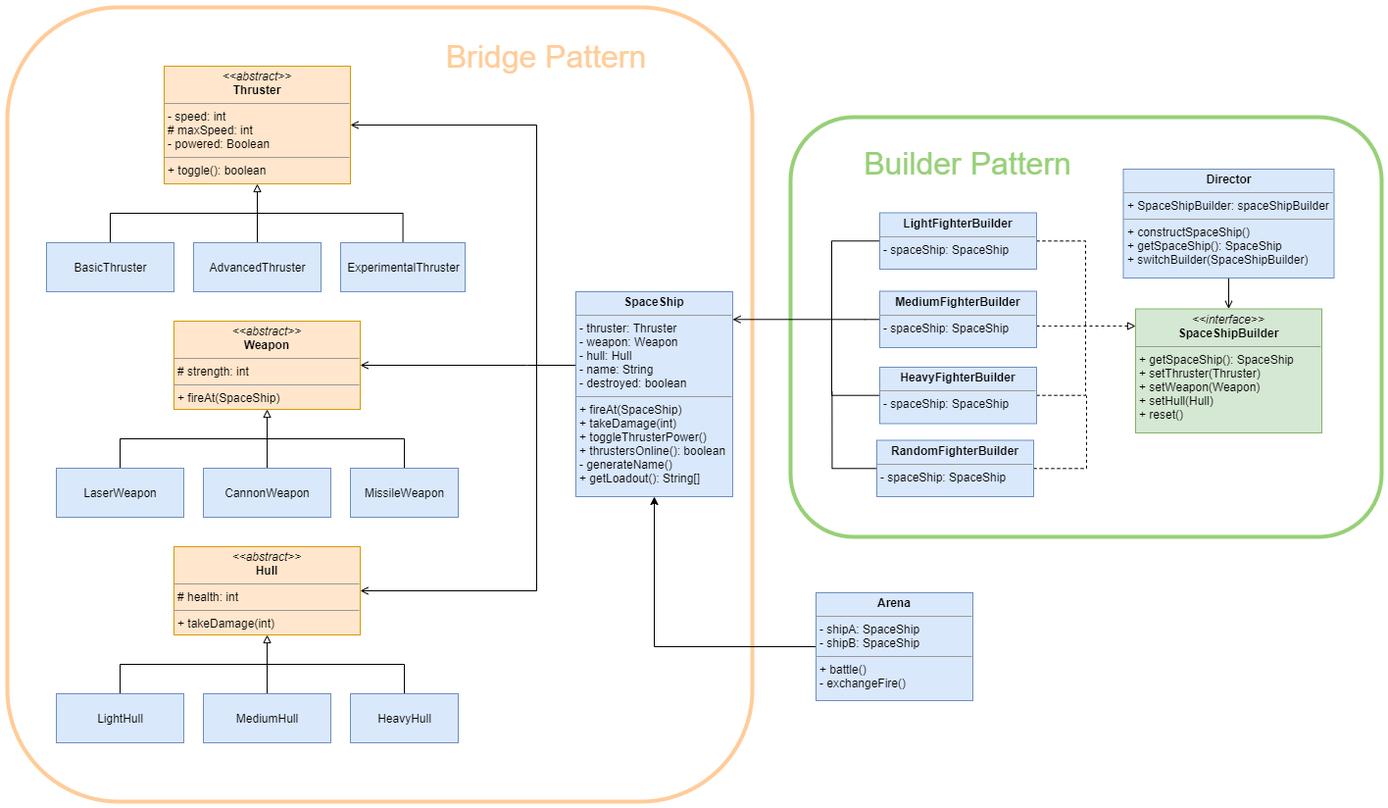
Before: final_project.png, a diagram exported from draw.io (tliss/CS665-Final-Project). Source tidied: cells renumbered, new cells last; positions are measured from the earlier drawing's top-left corner, leaving out a move shared by most shapes.
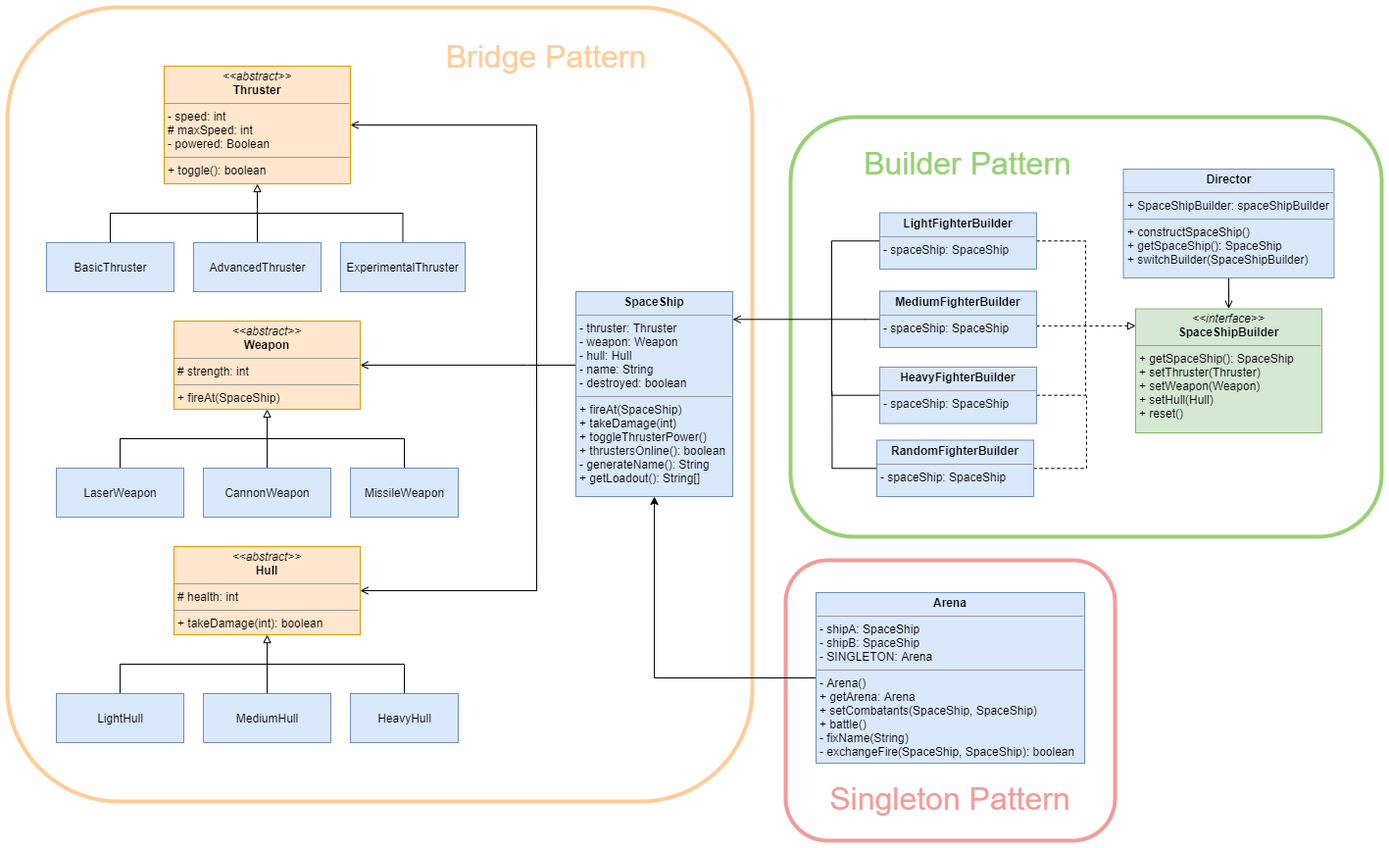
Later version of the same file.

Diff of the diagram source:
```diff
@@ -2,6 +2,9 @@
   <root>
     <mxCell id="0" />
     <mxCell id="1" parent="0" />
+    <mxCell id="48" style="rounded=1;whiteSpace=wrap;html=1;fillColor=none;strokeWidth=4;strokeColor=#F19C99;" parent="1" vertex="1">
+      <mxGeometry x="794" y="564" width="336" height="286" as="geometry" />
+    </mxCell>
     <mxCell id="2" style="rounded=1;whiteSpace=wrap;html=1;fillColor=none;strokeWidth=4;strokeColor=#97D077;" parent="1" vertex="1">
       <mxGeometry x="799" y="112" width="603" height="428" as="geometry" />
     </mxCell>
@@ -88,7 +91,7 @@
         <mxPoint x="540" y="360" as="targetPoint" />
       </mxGeometry>
     </mxCell>
-    <mxCell id="21" value="&lt;p style=&quot;margin: 0px ; margin-top: 4px ; text-align: center&quot;&gt;&lt;i&gt;&amp;lt;&amp;lt;abstract&amp;gt;&amp;gt;&lt;/i&gt;&lt;br&gt;&lt;b&gt;Hull&lt;/b&gt;&lt;/p&gt;&lt;hr size=&quot;1&quot;&gt;&lt;p style=&quot;margin: 0px ; margin-left: 4px&quot;&gt;# health: int&lt;/p&gt;&lt;hr size=&quot;1&quot;&gt;&lt;p style=&quot;margin: 0px ; margin-left: 4px&quot;&gt;+ takeDamage(int)&lt;br&gt;&lt;/p&gt;" style="verticalAlign=top;align=left;overflow=fill;fontSize=12;fontFamily=Helvetica;html=1;fillColor=#ffe6cc;strokeColor=#d79b00;" parent="1" vertex="1">
+    <mxCell id="21" value="&lt;p style=&quot;margin: 0px ; margin-top: 4px ; text-align: center&quot;&gt;&lt;i&gt;&amp;lt;&amp;lt;abstract&amp;gt;&amp;gt;&lt;/i&gt;&lt;br&gt;&lt;b&gt;Hull&lt;/b&gt;&lt;/p&gt;&lt;hr size=&quot;1&quot;&gt;&lt;p style=&quot;margin: 0px ; margin-left: 4px&quot;&gt;# health: int&lt;/p&gt;&lt;hr size=&quot;1&quot;&gt;&lt;p style=&quot;margin: 0px ; margin-left: 4px&quot;&gt;+ takeDamage(int): boolean&lt;br&gt;&lt;/p&gt;" style="verticalAlign=top;align=left;overflow=fill;fontSize=12;fontFamily=Helvetica;html=1;fillColor=#ffe6cc;strokeColor=#d79b00;" parent="1" vertex="1">
       <mxGeometry x="170" y="550" width="190" height="90" as="geometry" />
     </mxCell>
     <mxCell id="22" style="edgeStyle=orthogonalEdgeStyle;rounded=0;jettySize=auto;html=1;endArrow=block;endFill=0;" parent="1" edge="1" source="23" target="21">
@@ -119,7 +122,7 @@
     <mxCell id="27" value="HeavyHull" style="html=1;fillColor=#dae8fc;strokeColor=#6c8ebf;" parent="1" vertex="1">
       <mxGeometry x="350" y="700" width="110" height="50" as="geometry" />
     </mxCell>
-    <mxCell id="28" value="&lt;p style=&quot;margin: 0px ; margin-top: 4px ; text-align: center&quot;&gt;&lt;b&gt;SpaceShip&lt;/b&gt;&lt;/p&gt;&lt;hr size=&quot;1&quot;&gt;&lt;p style=&quot;margin: 0px ; margin-left: 4px&quot;&gt;- thruster: Thruster&lt;/p&gt;&lt;p style=&quot;margin: 0px ; margin-left: 4px&quot;&gt;- weapon: Weapon&lt;/p&gt;&lt;p style=&quot;margin: 0px ; margin-left: 4px&quot;&gt;- hull: Hull&lt;/p&gt;&lt;p style=&quot;margin: 0px ; margin-left: 4px&quot;&gt;- name: String&lt;/p&gt;&lt;p style=&quot;margin: 0px ; margin-left: 4px&quot;&gt;- destroyed: boolean&lt;/p&gt;&lt;hr size=&quot;1&quot;&gt;&lt;p style=&quot;margin: 0px ; margin-left: 4px&quot;&gt;+ fireAt(SpaceShip)&lt;/p&gt;&lt;p style=&quot;margin: 0px ; margin-left: 4px&quot;&gt;+ takeDamage(int)&lt;/p&gt;&lt;p style=&quot;margin: 0px ; margin-left: 4px&quot;&gt;+ toggleThrusterPower()&lt;/p&gt;&lt;p style=&quot;margin: 0px ; margin-left: 4px&quot;&gt;+ thrustersOnline(): boolean&lt;/p&gt;&lt;p style=&quot;margin: 0px ; margin-left: 4px&quot;&gt;- generateName()&lt;/p&gt;&lt;p style=&quot;margin: 0px ; margin-left: 4px&quot;&gt;+ getLoadout(): String[]&lt;/p&gt;&lt;p style=&quot;margin: 0px ; margin-left: 4px&quot;&gt;&lt;br&gt;&lt;/p&gt;" style="verticalAlign=top;align=left;overflow=fill;fontSize=12;fontFamily=Helvetica;html=1;fillColor=#dae8fc;strokeColor=#6c8ebf;" parent="1" vertex="1">
+    <mxCell id="28" value="&lt;p style=&quot;margin: 0px ; margin-top: 4px ; text-align: center&quot;&gt;&lt;b&gt;SpaceShip&lt;/b&gt;&lt;/p&gt;&lt;hr size=&quot;1&quot;&gt;&lt;p style=&quot;margin: 0px ; margin-left: 4px&quot;&gt;- thruster: Thruster&lt;/p&gt;&lt;p style=&quot;margin: 0px ; margin-left: 4px&quot;&gt;- weapon: Weapon&lt;/p&gt;&lt;p style=&quot;margin: 0px ; margin-left: 4px&quot;&gt;- hull: Hull&lt;/p&gt;&lt;p style=&quot;margin: 0px ; margin-left: 4px&quot;&gt;- name: String&lt;/p&gt;&lt;p style=&quot;margin: 0px ; margin-left: 4px&quot;&gt;- destroyed: boolean&lt;/p&gt;&lt;hr size=&quot;1&quot;&gt;&lt;p style=&quot;margin: 0px ; margin-left: 4px&quot;&gt;+ fireAt(SpaceShip)&lt;/p&gt;&lt;p style=&quot;margin: 0px ; margin-left: 4px&quot;&gt;+ takeDamage(int)&lt;/p&gt;&lt;p style=&quot;margin: 0px ; margin-left: 4px&quot;&gt;+ toggleThrusterPower()&lt;/p&gt;&lt;p style=&quot;margin: 0px ; margin-left: 4px&quot;&gt;+ thrustersOnline(): boolean&lt;/p&gt;&lt;p style=&quot;margin: 0px ; margin-left: 4px&quot;&gt;- generateName(): String&lt;/p&gt;&lt;p style=&quot;margin: 0px ; margin-left: 4px&quot;&gt;+ getLoadout(): String[]&lt;/p&gt;&lt;p style=&quot;margin: 0px ; margin-left: 4px&quot;&gt;&lt;br&gt;&lt;/p&gt;" style="verticalAlign=top;align=left;overflow=fill;fontSize=12;fontFamily=Helvetica;html=1;fillColor=#dae8fc;strokeColor=#6c8ebf;" parent="1" vertex="1">
       <mxGeometry x="580" y="290" width="160" height="209" as="geometry" />
     </mxCell>
     <mxCell id="29" style="edgeStyle=orthogonalEdgeStyle;rounded=0;jettySize=auto;html=1;endArrow=block;endFill=0;dashed=1;" parent="1" edge="1" source="37" target="34">
@@ -204,8 +207,11 @@
     <mxCell id="46" style="edgeStyle=orthogonalEdgeStyle;rounded=0;jettySize=auto;html=1;" parent="1" edge="1" source="47" target="28">
       <mxGeometry relative="1" as="geometry" />
     </mxCell>
-    <mxCell id="47" value="&lt;p style=&quot;margin: 0px ; margin-top: 4px ; text-align: center&quot;&gt;&lt;b&gt;Arena&lt;/b&gt;&lt;/p&gt;&lt;hr size=&quot;1&quot;&gt;&lt;p style=&quot;margin: 0px ; margin-left: 4px&quot;&gt;- shipA: SpaceShip&lt;/p&gt;&lt;p style=&quot;margin: 0px ; margin-left: 4px&quot;&gt;- shipB: SpaceShip&lt;/p&gt;&lt;hr size=&quot;1&quot;&gt;&lt;p style=&quot;margin: 0px ; margin-left: 4px&quot;&gt;+ battle()&lt;/p&gt;&lt;p style=&quot;margin: 0px ; margin-left: 4px&quot;&gt;- exchangeFire()&lt;/p&gt;" style="verticalAlign=top;align=left;overflow=fill;fontSize=12;fontFamily=Helvetica;html=1;fillColor=#dae8fc;strokeColor=#6c8ebf;" parent="1" vertex="1">
-      <mxGeometry x="825" y="597" width="160" height="110" as="geometry" />
+    <mxCell id="47" value="&lt;p style=&quot;margin: 0px ; margin-top: 4px ; text-align: center&quot;&gt;&lt;b&gt;Arena&lt;/b&gt;&lt;/p&gt;&lt;hr size=&quot;1&quot;&gt;&lt;p style=&quot;margin: 0px ; margin-left: 4px&quot;&gt;- shipA: SpaceShip&lt;/p&gt;&lt;p style=&quot;margin: 0px ; margin-left: 4px&quot;&gt;- shipB: SpaceShip&lt;/p&gt;&lt;p style=&quot;margin: 0px ; margin-left: 4px&quot;&gt;- SINGLETON: Arena&lt;/p&gt;&lt;hr size=&quot;1&quot;&gt;&lt;p style=&quot;margin: 0px ; margin-left: 4px&quot;&gt;- Arena()&lt;/p&gt;&lt;p style=&quot;margin: 0px ; margin-left: 4px&quot;&gt;+ getArena: Arena&lt;/p&gt;&lt;p style=&quot;margin: 0px ; margin-left: 4px&quot;&gt;+ setCombatants(SpaceShip, SpaceShip)&lt;/p&gt;&lt;p style=&quot;margin: 0px ; margin-left: 4px&quot;&gt;+ battle()&lt;/p&gt;&lt;p style=&quot;margin: 0px ; margin-left: 4px&quot;&gt;- fixName(String)&lt;/p&gt;&lt;p style=&quot;margin: 0px ; margin-left: 4px&quot;&gt;- exchangeFire(SpaceShip, SpaceShip): boolean&lt;/p&gt;" style="verticalAlign=top;align=left;overflow=fill;fontSize=12;fontFamily=Helvetica;html=1;fillColor=#dae8fc;strokeColor=#6c8ebf;" parent="1" vertex="1">
+      <mxGeometry x="825" y="597" width="274" height="174" as="geometry" />
     </mxCell>
+    <mxCell id="49" value="&lt;font&gt;Singleton Pattern&lt;/font&gt;" style="text;html=1;strokeColor=none;fillColor=none;align=center;verticalAlign=middle;whiteSpace=wrap;rounded=0;fontSize=32;fontColor=#F19C99;" parent="1" vertex="1">
+      <mxGeometry x="819" y="785" width="286" height="43" as="geometry" />
+    </mxCell>
   </root>
 </mxGraphModel>
```
